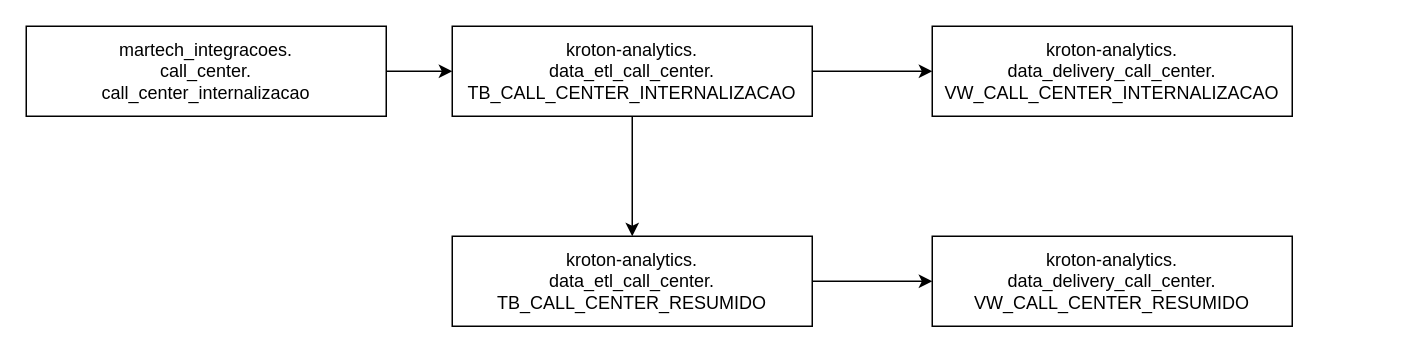
Above: Diagrama sem nome.drawio in apeferes/apeferes (draw.io), before the change. Source tidied: cells renumbered, new cells numbered last; positions are measured from the earlier drawing's top-left corner, leaving out a move shared by most shapes. Both pictures are drawn from the tidied source at 150%, with x=0, y=0 at pixel (26, 26).
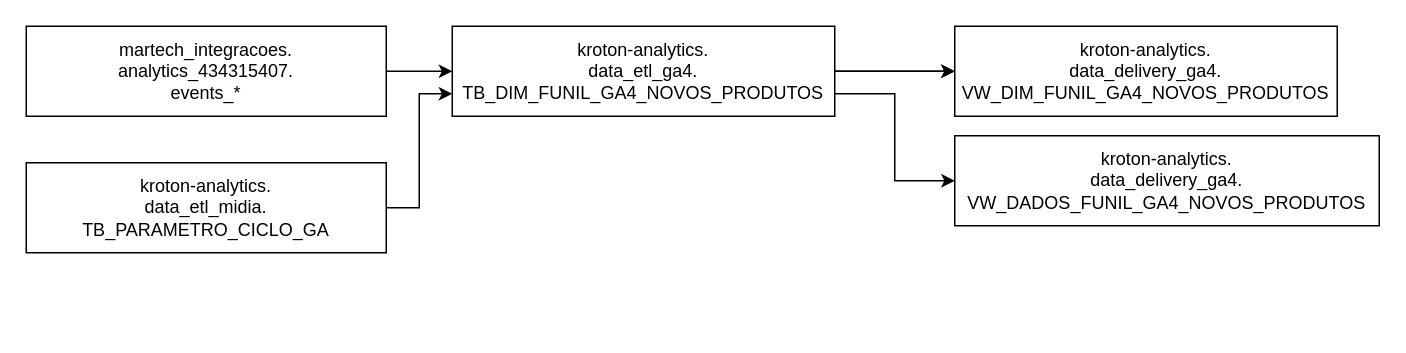
After the change.

The edit, as a diff of the source:
```diff
@@
 <mxGraphModel>
   <root>
     <mxCell id="0" />
     <mxCell id="1" parent="0" />
     <mxCell id="2" style="edgeStyle=orthogonalEdgeStyle;rounded=0;jettySize=auto;html=1;" parent="1" edge="1" source="3" target="6">
       <mxGeometry relative="1" as="geometry" />
     </mxCell>
-    <mxCell id="3" value="martech_integracoes.&lt;div&gt;call_center.&lt;/div&gt;&lt;div&gt;call_center_internalizacao&lt;/div&gt;" style="rounded=0;whiteSpace=wrap;html=1;" parent="1" vertex="1">
+    <mxCell id="3" value="martech_integracoes.&lt;div&gt;analytics_434315407.&lt;/div&gt;&lt;div&gt;events_*&lt;/div&gt;" style="rounded=0;whiteSpace=wrap;html=1;" parent="1" vertex="1">
       <mxGeometry width="240" height="60" as="geometry" />
     </mxCell>
-    <mxCell id="4" style="edgeStyle=orthogonalEdgeStyle;rounded=0;jettySize=auto;html=1;" parent="1" edge="1" source="6" target="7">
-      <mxGeometry relative="1" as="geometry" />
-    </mxCell>
-    <mxCell id="5" style="edgeStyle=orthogonalEdgeStyle;rounded=0;jettySize=auto;html=1;" parent="1" edge="1" source="6" target="9">
-      <mxGeometry relative="1" as="geometry" />
-    </mxCell>
+    <mxCell id="11" style="edgeStyle=orthogonalEdgeStyle;rounded=0;jettySize=auto;html=1;" parent="1" edge="1" source="6" target="16">
+      <mxGeometry relative="1" as="geometry" />
+    </mxCell>
+    <mxCell id="12" style="edgeStyle=orthogonalEdgeStyle;rounded=0;jettySize=auto;html=1;" parent="1" edge="1" source="6" target="16">
+      <mxGeometry relative="1" as="geometry" />
+    </mxCell>
+    <mxCell id="13" style="edgeStyle=orthogonalEdgeStyle;rounded=0;jettySize=auto;html=1;exitX=1;exitY=0.75;exitDx=0;exitDy=0;entryX=0;entryY=0.5;entryDx=0;entryDy=0;" parent="1" edge="1" source="6" target="17">
+      <mxGeometry relative="1" as="geometry" />
+    </mxCell>
-    <mxCell id="6" value="kroton-analytics.&lt;div&gt;data_etl_call_center.&lt;/div&gt;&lt;div&gt;TB_CALL_CENTER_INTERNALIZACAO&lt;/div&gt;" style="rounded=0;whiteSpace=wrap;html=1;" parent="1" vertex="1">
-      <mxGeometry x="284" width="240" height="60" as="geometry" />
+    <mxCell id="6" value="kroton-analytics.&lt;div&gt;data_etl_ga4.&lt;/div&gt;&lt;div&gt;TB_DIM_FUNIL_GA4_NOVOS_PRODUTOS&lt;/div&gt;" style="rounded=0;whiteSpace=wrap;html=1;" parent="1" vertex="1">
+      <mxGeometry x="284" width="255" height="60" as="geometry" />
     </mxCell>
-    <mxCell id="7" value="kroton-analytics.&lt;div&gt;data_delivery_call_center.&lt;/div&gt;&lt;div&gt;VW_CALL_CENTER_INTERNALIZACAO&lt;/div&gt;" style="rounded=0;whiteSpace=wrap;html=1;" parent="1" vertex="1">
-      <mxGeometry x="604" width="240" height="60" as="geometry" />
-    </mxCell>
-    <mxCell id="8" style="edgeStyle=orthogonalEdgeStyle;rounded=0;jettySize=auto;html=1;" parent="1" edge="1" source="9" target="10">
-      <mxGeometry relative="1" as="geometry" />
-    </mxCell>
-    <mxCell id="9" value="kroton-analytics.&lt;div&gt;data_etl_call_center.&lt;/div&gt;&lt;div&gt;TB_CALL_CENTER_RESUMIDO&lt;/div&gt;" style="rounded=0;whiteSpace=wrap;html=1;" parent="1" vertex="1">
-      <mxGeometry x="284" y="140" width="240" height="60" as="geometry" />
-    </mxCell>
-    <mxCell id="10" value="kroton-analytics.&lt;div&gt;data_delivery_call_center.&lt;/div&gt;&lt;div&gt;VW_CALL_CENTER_RESUMIDO&lt;/div&gt;" style="rounded=0;whiteSpace=wrap;html=1;" parent="1" vertex="1">
-      <mxGeometry x="604" y="140" width="240" height="60" as="geometry" />
-    </mxCell>
+    <mxCell id="14" style="edgeStyle=orthogonalEdgeStyle;rounded=0;jettySize=auto;html=1;entryX=0;entryY=0.75;entryDx=0;entryDy=0;" parent="1" edge="1" source="15" target="6">
+      <mxGeometry relative="1" as="geometry" />
+    </mxCell>
+    <mxCell id="15" value="kroton-analytics.&lt;div&gt;data_etl_midia.&lt;/div&gt;&lt;div&gt;TB_PARAMETRO_CICLO_GA&lt;/div&gt;" style="rounded=0;whiteSpace=wrap;html=1;" parent="1" vertex="1">
+      <mxGeometry y="91" width="240" height="60" as="geometry" />
+    </mxCell>
+    <mxCell id="16" value="kroton-analytics.&lt;div&gt;data_delivery_ga4.&lt;/div&gt;&lt;div&gt;VW_DIM_FUNIL_GA4_NOVOS_PRODUTOS&lt;/div&gt;" style="rounded=0;whiteSpace=wrap;html=1;" parent="1" vertex="1">
+      <mxGeometry x="619" width="255" height="60" as="geometry" />
+    </mxCell>
+    <mxCell id="17" value="kroton-analytics.&lt;div&gt;data_delivery_ga4.&lt;/div&gt;&lt;div&gt;VW_DADOS_FUNIL_GA4_NOVOS_PRODUTOS&lt;/div&gt;" style="rounded=0;whiteSpace=wrap;html=1;" parent="1" vertex="1">
+      <mxGeometry x="619" y="73" width="283" height="60" as="geometry" />
+    </mxCell>
   </root>
 </mxGraphModel>
```
